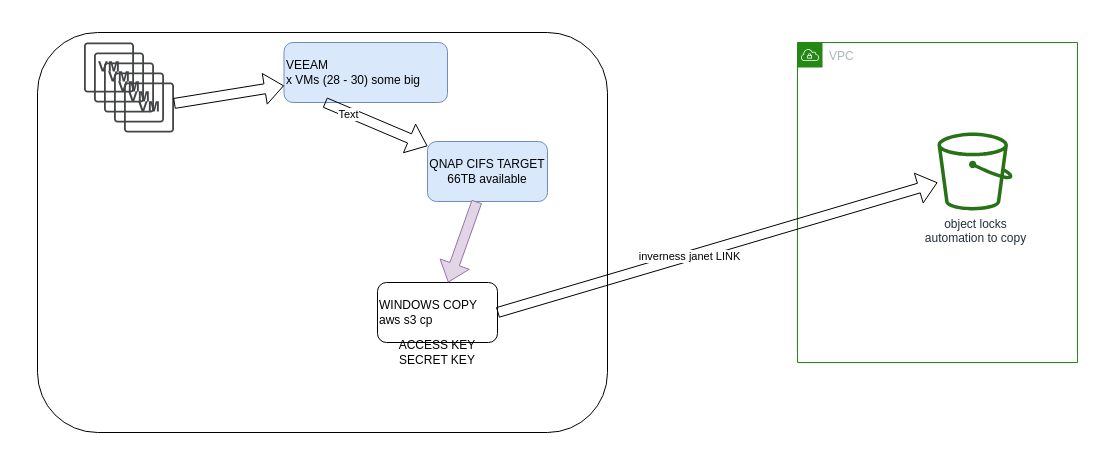
The draw.io diagram page "OPTION 3" (3 of 11) of uhi.drawio in taupoali/awsdiagrams, before the edit. Source tidied: cells renumbered, new cells numbered last; positions are measured from the earlier drawing's top-left corner, leaving out a move shared by most shapes. Both pictures are drawn from the tidied source at 100%, with x=0, y=0 at pixel (37, 32).
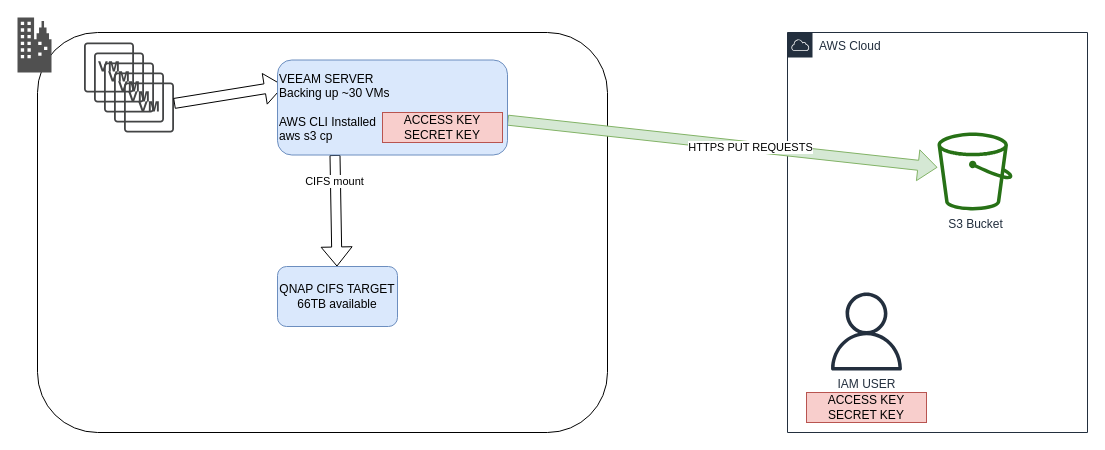
The same page after the edit.

The change refers to these unchanged cells:
```xml
<mxCell id="7" style="shadow=0;dashed=0;html=1;strokeColor=none;fillColor=#434445;labelPosition=center;verticalLabelPosition=bottom;verticalAlign=top;align=center;outlineConnect=0;shape=mxgraph.vvd.virtual_machine;" parent="1" vertex="1">
  <mxGeometry x="86.5" y="50" width="50" height="50" as="geometry" />
</mxCell>
```

Diff of the diagram source:
```diff
@@
+    <mxCell id="20" value="AWS Cloud" style="gradientColor=none;html=1;whiteSpace=wrap;fontSize=12;fontStyle=0;shape=mxgraph.aws4.group;grIcon=mxgraph.aws4.group_aws_cloud;strokeColor=#232F3E;fillColor=none;verticalAlign=top;align=left;spacingLeft=30;fontColor=#232F3E;dashed=0;" parent="1" vertex="1">
+      <mxGeometry x="750" width="300" height="400" as="geometry" />
+    </mxCell>
@@
-    <mxCell id="8" value="VEEAM&lt;br&gt;x VMs (28 - 30) some big" style="rounded=1;whiteSpace=wrap;html=1;align=left;fillColor=#dae8fc;strokeColor=#6c8ebf;" parent="1" vertex="1">
-      <mxGeometry x="246.5" y="10" width="163.5" height="60" as="geometry" />
-    </mxCell>
-    <mxCell id="9" style="shape=flexArrow;endArrow=classic;html=1;" parent="1" edge="1" source="7" target="8">
-      <mxGeometry relative="1" as="geometry" />
+    <mxCell id="9" style="shape=flexArrow;endArrow=classic;html=1;" parent="1" edge="1" source="7">
+      <mxGeometry relative="1" as="geometry">
+        <mxPoint x="246.5" y="53.2" as="targetPoint" />
+      </mxGeometry>
     </mxCell>
-    <mxCell id="10" value="WINDOWS COPY&amp;nbsp;&lt;br&gt;aws s3 cp" style="rounded=1;whiteSpace=wrap;html=1;align=left;" parent="1" vertex="1">
-      <mxGeometry x="340" y="250" width="120" height="60" as="geometry" />
-    </mxCell>
-    <mxCell id="11" style="shape=flexArrow;endArrow=classic;html=1;exitX=0.25;exitY=1;exitDx=0;exitDy=0;" parent="1" edge="1" source="8" target="15">
+    <mxCell id="11" style="shape=flexArrow;endArrow=classic;html=1;exitX=0.25;exitY=1;exitDx=0;exitDy=0;" parent="1" edge="1" source="22" target="15">
       <mxGeometry relative="1" as="geometry" />
     </mxCell>
-    <mxCell id="12" value="Text" style="edgeLabel;html=1;align=center;verticalAlign=middle;" parent="11" vertex="1">
+    <mxCell id="12" value="CIFS mount" style="edgeLabel;html=1;align=center;verticalAlign=middle;" parent="11" vertex="1">
       <mxGeometry x="-0.54" y="-1" relative="1" as="geometry" />
     </mxCell>
-    <mxCell id="13" value="VPC" style="gradientColor=none;html=1;whiteSpace=wrap;fontSize=12;fontStyle=0;shape=mxgraph.aws4.group;grIcon=mxgraph.aws4.group_vpc;strokeColor=#248814;fillColor=none;verticalAlign=top;align=left;spacingLeft=30;fontColor=#AAB7B8;dashed=0;" parent="1" vertex="1">
-      <mxGeometry x="760" y="10" width="280" height="320" as="geometry" />
-    </mxCell>
-    <mxCell id="14" value="object locks&lt;br&gt;automation to copy" style="outlineConnect=0;fontColor=#232F3E;gradientColor=none;fillColor=#277116;strokeColor=none;dashed=0;verticalLabelPosition=bottom;verticalAlign=top;align=center;html=1;fontSize=12;fontStyle=0;shape=mxgraph.aws4.bucket;" parent="1" vertex="1">
+    <mxCell id="14" value="S3 Bucket" style="outlineConnect=0;fontColor=#232F3E;gradientColor=none;fillColor=#277116;strokeColor=none;dashed=0;verticalLabelPosition=bottom;verticalAlign=top;align=center;html=1;fontSize=12;fontStyle=0;shape=mxgraph.aws4.bucket;" parent="1" vertex="1">
       <mxGeometry x="900" y="100" width="75" height="78" as="geometry" />
     </mxCell>
     <mxCell id="15" value="QNAP CIFS TARGET&lt;br&gt;66TB available&lt;br&gt;" style="rounded=1;whiteSpace=wrap;html=1;fillColor=#dae8fc;strokeColor=#6c8ebf;" parent="1" vertex="1">
-      <mxGeometry x="390" y="109" width="120" height="60" as="geometry" />
+      <mxGeometry x="240" y="234" width="120" height="60" as="geometry" />
     </mxCell>
-    <mxCell id="16" style="shape=flexArrow;endArrow=classic;html=1;fillColor=#e1d5e7;strokeColor=#9673a6;" parent="1" edge="1" source="15" target="10">
+    <mxCell id="16" style="shape=flexArrow;endArrow=classic;html=1;fillColor=#d5e8d4;strokeColor=#82b366;" parent="1" edge="1" source="22" target="14">
       <mxGeometry relative="1" as="geometry" />
     </mxCell>
-    <mxCell id="17" style="shape=flexArrow;endArrow=classic;html=1;exitX=1;exitY=0.5;exitDx=0;exitDy=0;" parent="1" edge="1" source="10" target="14">
-      <mxGeometry relative="1" as="geometry" />
-    </mxCell>
-    <mxCell id="18" value="inverness janet LINK" style="edgeLabel;html=1;align=center;verticalAlign=middle;" parent="17" vertex="1">
-      <mxGeometry x="-0.13" relative="1" as="geometry" />
-    </mxCell>
+    <mxCell id="21" value="HTTPS PUT REQUESTS" style="edgeLabel;html=1;align=center;verticalAlign=middle;" parent="16" vertex="1">
+      <mxGeometry x="0.13" relative="1" as="geometry" />
+    </mxCell>
+    <mxCell id="22" value="VEEAM SERVER&lt;br&gt;Backing up ~30 VMs&lt;br&gt;&lt;br&gt;AWS CLI Installed&lt;br&gt;aws s3 cp" style="rounded=1;whiteSpace=wrap;html=1;align=left;fillColor=#dae8fc;strokeColor=#6c8ebf;" parent="1" vertex="1">
+      <mxGeometry x="240" y="27.5" width="230" height="95" as="geometry" />
+    </mxCell>
+    <mxCell id="23" style="shadow=0;dashed=0;html=1;strokeColor=none;fillColor=#505050;labelPosition=center;verticalLabelPosition=bottom;verticalAlign=top;align=center;shape=mxgraph.office.concepts.on_premises;" parent="1" vertex="1">
+      <mxGeometry x="-20" y="-15" width="34" height="55" as="geometry" />
+    </mxCell>
-    <mxCell id="19" value="ACCESS KEY&lt;br&gt;SECRET KEY" style="text;html=1;strokeColor=none;fillColor=none;align=center;verticalAlign=middle;whiteSpace=wrap;rounded=0;" parent="1" vertex="1">
-      <mxGeometry x="340" y="310" width="120" height="20" as="geometry" />
+    <mxCell id="19" value="ACCESS KEY&lt;br&gt;SECRET KEY" style="text;html=1;strokeColor=#b85450;fillColor=#f8cecc;align=center;verticalAlign=middle;whiteSpace=wrap;rounded=0;" parent="1" vertex="1">
+      <mxGeometry x="345" y="80" width="120" height="30" as="geometry" />
     </mxCell>
+    <mxCell id="24" value="IAM USER" style="fontColor=#232F3E;gradientColor=none;fillColor=#232F3E;strokeColor=none;dashed=0;verticalLabelPosition=bottom;verticalAlign=top;align=center;html=1;fontSize=12;fontStyle=0;shape=mxgraph.aws4.user;" parent="1" vertex="1">
+      <mxGeometry x="790" y="260" width="78" height="78" as="geometry" />
+    </mxCell>
+    <mxCell id="25" value="ACCESS KEY&lt;br&gt;SECRET KEY" style="text;html=1;strokeColor=#b85450;fillColor=#f8cecc;align=center;verticalAlign=middle;whiteSpace=wrap;rounded=0;" parent="1" vertex="1">
+      <mxGeometry x="769" y="360" width="120" height="30" as="geometry" />
+    </mxCell>
```
